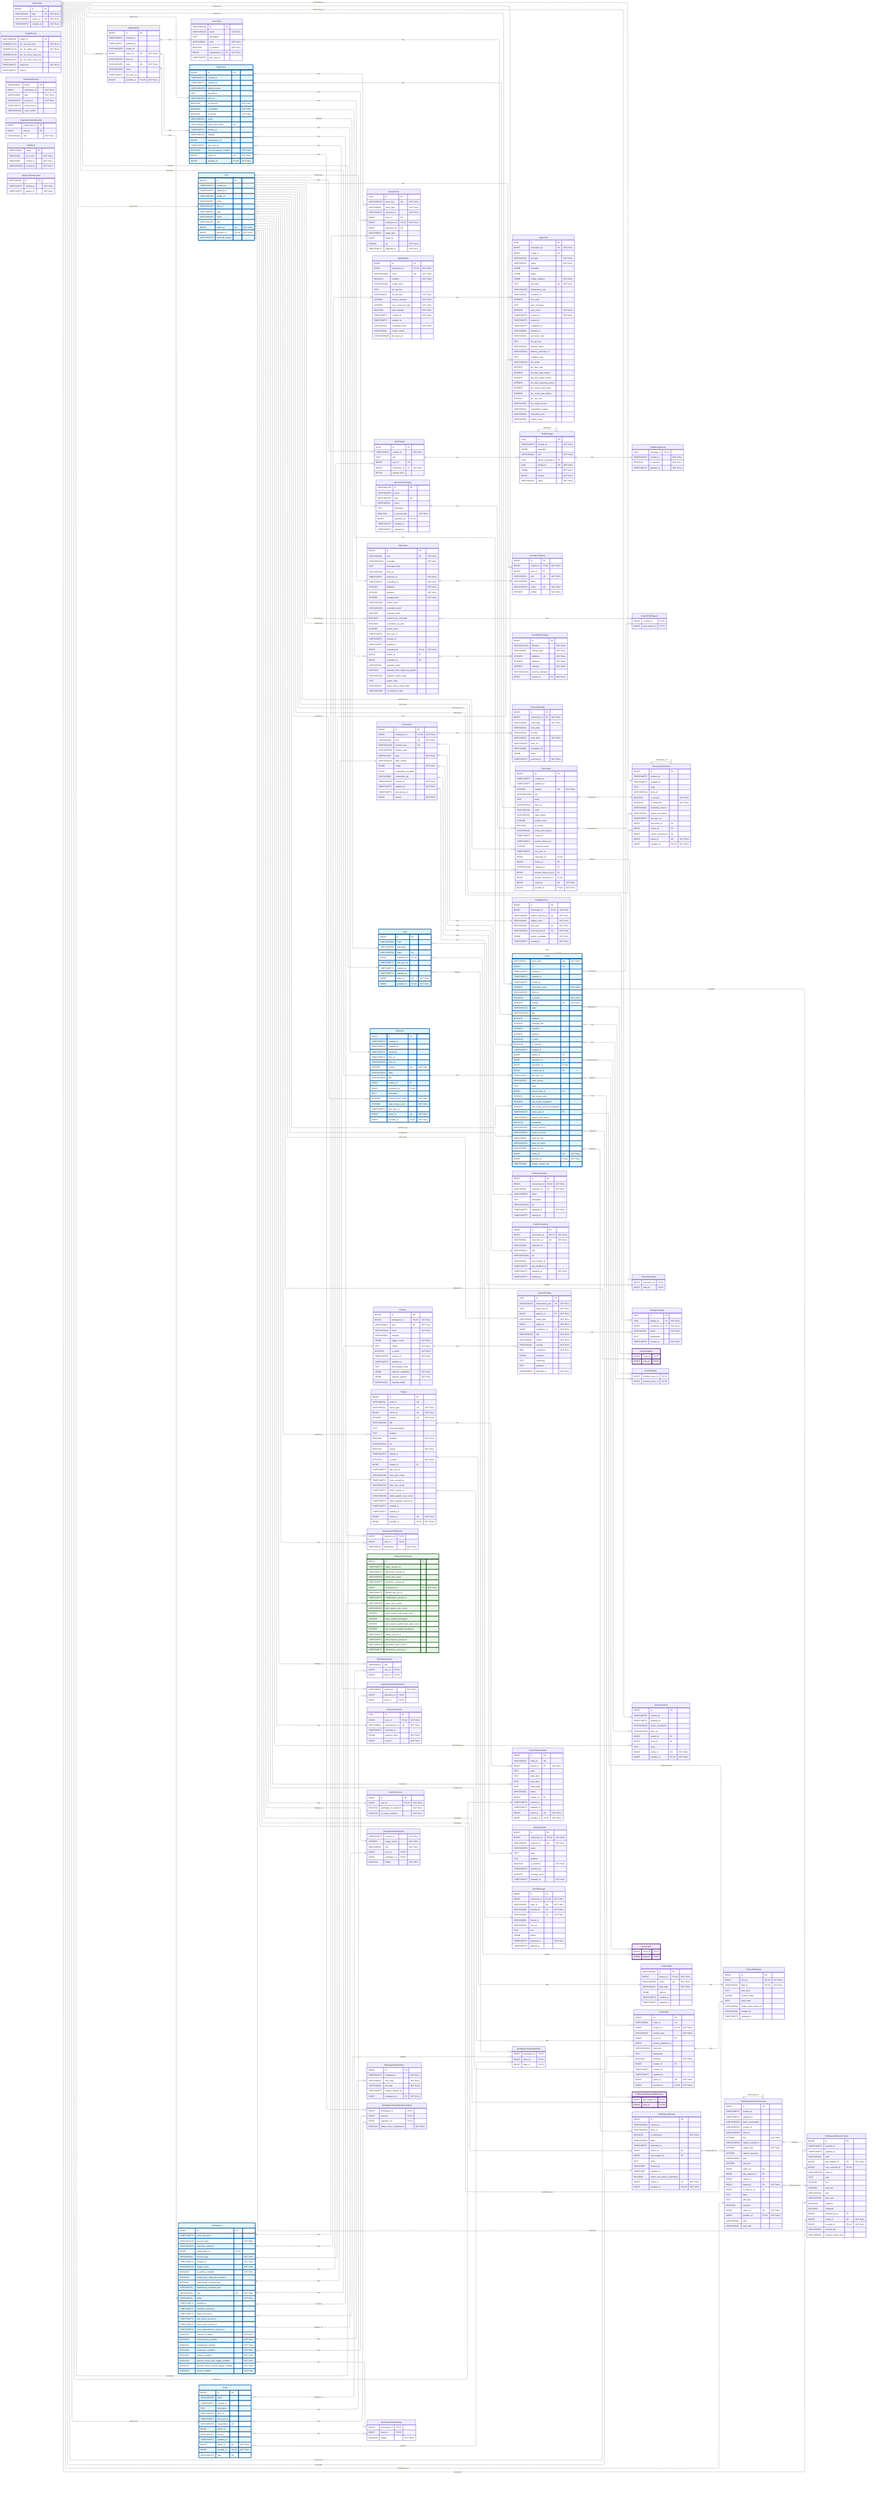
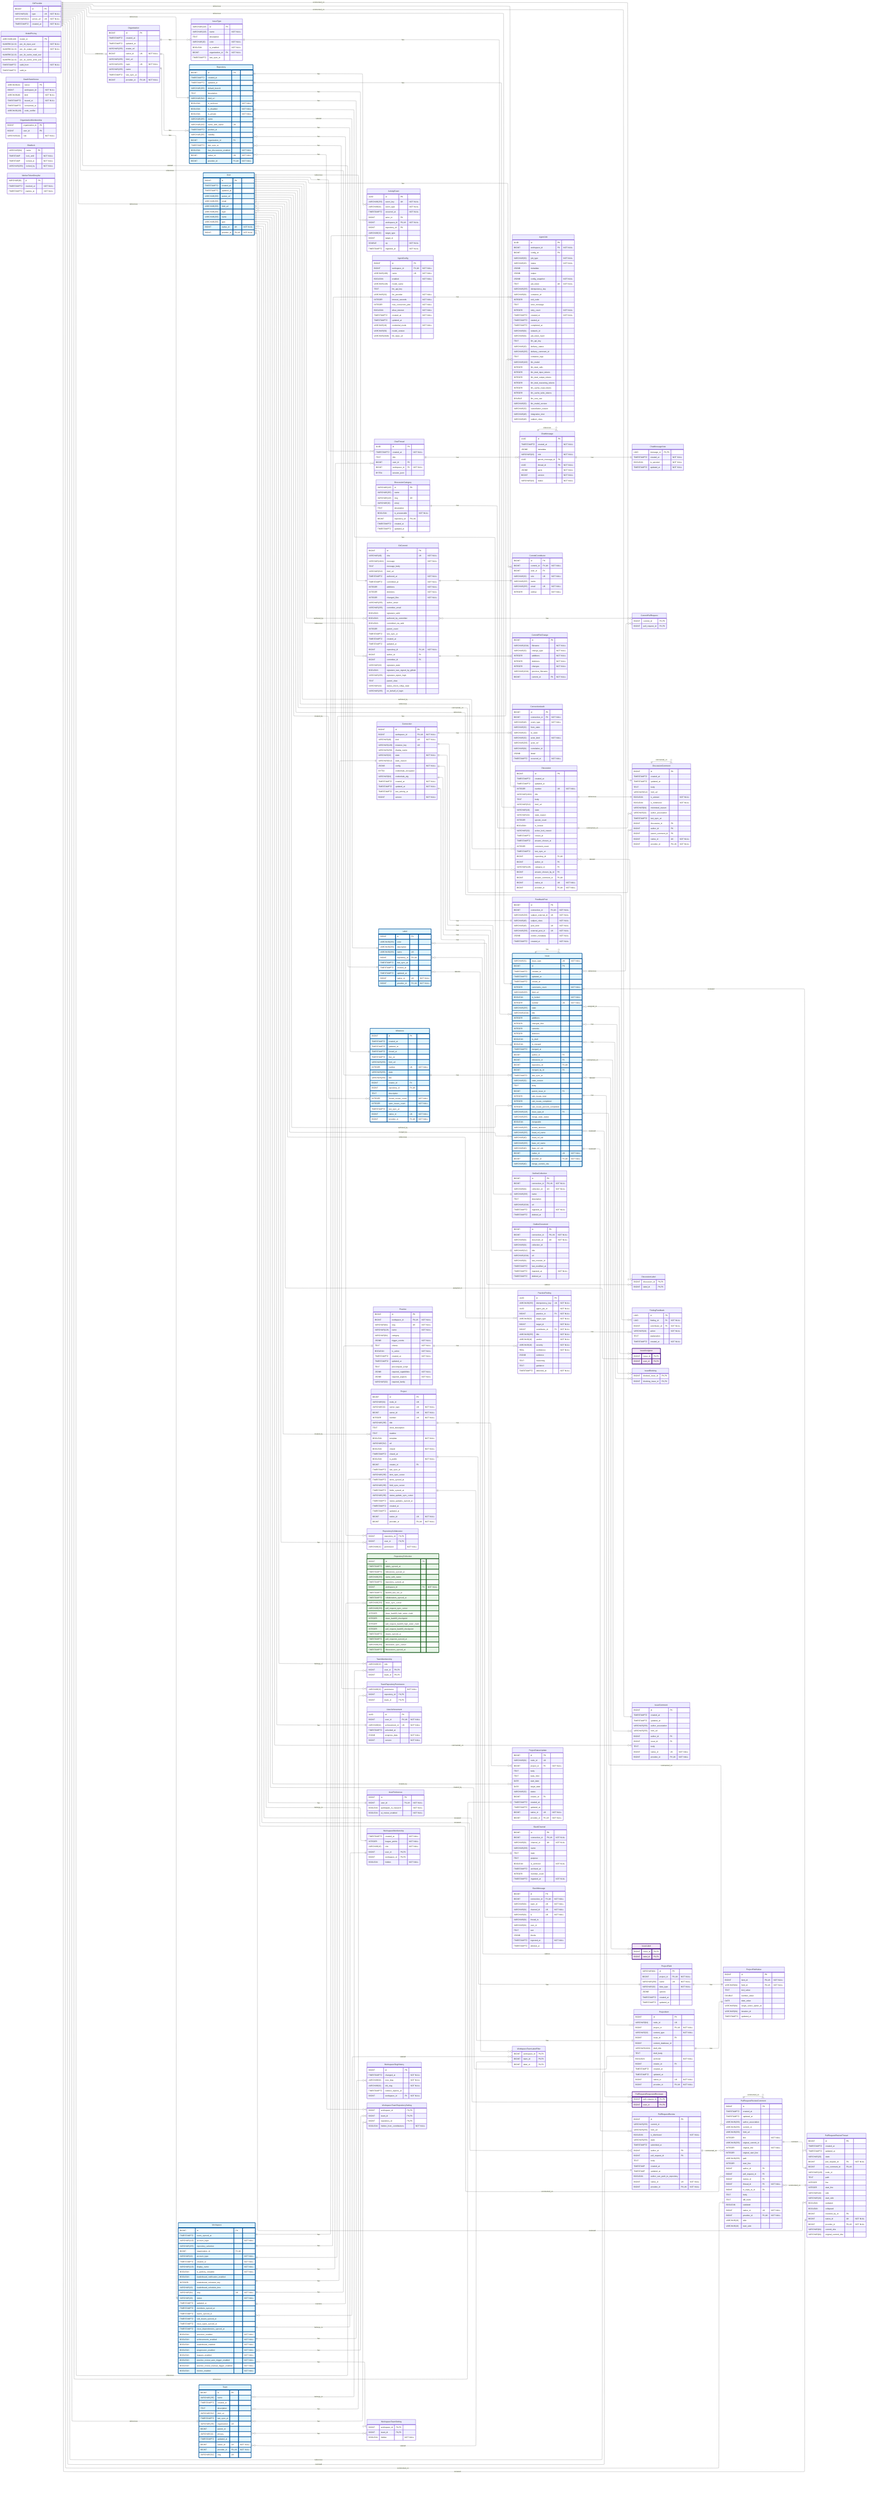
---
config:
    layout: elk
---
erDiagram
    %% Generated automatically from PostgreSQL database schema
    %% using scripts/generate-mermaid-erd.ts
    %% To regenerate: pnpm run db:generate-erd-docs

    direction LR

    ActivityEvent {
        UUID id PK
        VARCHAR(255) event_key UK "NOT NULL"
        VARCHAR(64) event_type "NOT NULL"
        TIMESTAMPTZ occurred_at "NOT NULL"
        BIGINT actor_id FK
        BIGINT workspace_id FK,UK "NOT NULL"
        BIGINT repository_id FK
        VARCHAR(32) target_type
        BIGINT target_id
        DOUBLE xp "NOT NULL"
        TIMESTAMPTZ ingested_at "NOT NULL"
    }

    AgentConfig {
        BIGINT id PK
        BIGINT workspace_id FK,UK "NOT NULL"
        VARCHAR(100) name UK "NOT NULL"
        BOOLEAN enabled "NOT NULL"
        VARCHAR(128) model_name
        TEXT llm_api_key
        VARCHAR(32) llm_provider "NOT NULL"
        INTEGER timeout_seconds "NOT NULL"
        INTEGER max_concurrent_jobs "NOT NULL"
        BOOLEAN allow_internet "NOT NULL"
        TIMESTAMPTZ created_at "NOT NULL"
        TIMESTAMPTZ updated_at
        VARCHAR(16) credential_mode "NOT NULL"
        VARCHAR(50) model_version
        VARCHAR(2048) llm_base_url
    }

    AgentJob {
        UUID id PK
        BIGINT workspace_id FK "NOT NULL"
        BIGINT config_id FK
        VARCHAR(50) job_type "NOT NULL"
        VARCHAR(20) status "NOT NULL"
        JSONB metadata
        JSONB output
        JSONB config_snapshot "NOT NULL"
        TEXT job_token UK "NOT NULL"
        VARCHAR(255) idempotency_key
        VARCHAR(64) container_id
        INTEGER exit_code
        TEXT error_message
        INTEGER retry_count "NOT NULL"
        TIMESTAMPTZ created_at "NOT NULL"
        TIMESTAMPTZ started_at
        TIMESTAMPTZ completed_at
        VARCHAR(64) network_id
        VARCHAR(64) job_token_hash
        TEXT llm_api_key
        VARCHAR(20) delivery_status
        VARCHAR(255) delivery_comment_id
        TEXT container_logs
        VARCHAR(100) llm_model
        INTEGER llm_total_calls
        INTEGER llm_total_input_tokens
        INTEGER llm_total_output_tokens
        INTEGER llm_total_reasoning_tokens
        INTEGER llm_cache_read_tokens
        INTEGER llm_cache_write_tokens
        DOUBLE llm_cost_usd
        VARCHAR(50) llm_model_version
        VARCHAR(32) cancellation_reason
        VARCHAR(48) integration_kind
        VARCHAR(48) subject_class
    }

    ChatMessage {
        UUID id PK
        TIMESTAMPTZ created_at "NOT NULL"
        JSONB metadata
        VARCHAR(16) role "NOT NULL"
        UUID parent_message_id FK
        UUID thread_id FK "NOT NULL"
        JSONB parts "NOT NULL"
        BIGINT version "NOT NULL"
        VARCHAR(16) status "NOT NULL"
    }

    ChatMessageVote {
        UUID message_id PK,FK
        TIMESTAMPTZ created_at "NOT NULL"
        BOOLEAN is_upvoted "NOT NULL"
        TIMESTAMPTZ updated_at "NOT NULL"
    }

    ChatThread {
        UUID id PK
        TIMESTAMPTZ created_at "NOT NULL"
        TEXT title
        BIGINT user_id FK
        BIGINT workspace_id FK "NOT NULL"
        BYTEA session_jsonl
    }

    CommitContributor {
        BIGINT id PK
        BIGINT commit_id FK,UK "NOT NULL"
        BIGINT user_id FK
        VARCHAR(32) role UK "NOT NULL"
        VARCHAR(255) name
        VARCHAR(255) email UK "NOT NULL"
        INTEGER ordinal "NOT NULL"
    }

    CommitFileChange {
        BIGINT id PK
        VARCHAR(1024) filename "NOT NULL"
        VARCHAR(32) change_type "NOT NULL"
        INTEGER additions "NOT NULL"
        INTEGER deletions "NOT NULL"
        INTEGER changes "NOT NULL"
        VARCHAR(1024) previous_filename
        BIGINT commit_id FK "NOT NULL"
    }

    CommitPullRequest {
        BIGINT commit_id PK,FK
        BIGINT pull_request_id PK,FK
    }

    Connection {
        BIGINT id PK
        BIGINT workspace_id FK,UK "NOT NULL"
        VARCHAR(48) kind UK "NOT NULL"
        VARCHAR(128) instance_key UK
        VARCHAR(256) display_name
        VARCHAR(32) state "NOT NULL"
        VARCHAR(512) state_reason
        JSONB config "NOT NULL"
        BYTEA credentials_encrypted
        VARCHAR(64) credentials_alg
        TIMESTAMPTZ created_at "NOT NULL"
        TIMESTAMPTZ updated_at "NOT NULL"
        TIMESTAMPTZ last_activity_at
        BIGINT version "NOT NULL"
    }

    ConnectionAudit {
        BIGINT id PK
        BIGINT connection_id FK "NOT NULL"
        VARCHAR(48) event_type "NOT NULL"
        VARCHAR(32) from_state
        VARCHAR(32) to_state
        VARCHAR(32) actor_kind "NOT NULL"
        VARCHAR(256) actor_ref
        VARCHAR(64) correlation_id
        JSONB detail
        TIMESTAMPTZ occurred_at "NOT NULL"
    }

    Discussion {
        BIGINT id PK
        TIMESTAMPTZ created_at
        TIMESTAMPTZ updated_at
        INTEGER number UK "NOT NULL"
        VARCHAR(1024) title
        TEXT body
        VARCHAR(512) html_url
        VARCHAR(16) state
        VARCHAR(32) state_reason
        INTEGER upvote_count
        BOOLEAN is_locked
        VARCHAR(32) active_lock_reason
        TIMESTAMPTZ closed_at
        TIMESTAMPTZ answer_chosen_at
        INTEGER comment_count
        TIMESTAMPTZ last_sync_at
        BIGINT repository_id FK,UK
        BIGINT author_id FK
        VARCHAR(128) category_id FK
        BIGINT answer_chosen_by_id FK
        BIGINT answer_comment_id FK,UK
        BIGINT native_id UK "NOT NULL"
        BIGINT provider_id FK,UK "NOT NULL"
    }

    DiscussionCategory {
        VARCHAR(128) id PK
        VARCHAR(255) name
        VARCHAR(128) slug UK
        VARCHAR(32) emoji
        TEXT description
        BOOLEAN is_answerable "NOT NULL"
        BIGINT repository_id FK,UK
        TIMESTAMPTZ created_at
        TIMESTAMPTZ updated_at
    }

    DiscussionComment {
        BIGINT id PK
        TIMESTAMPTZ created_at
        TIMESTAMPTZ updated_at
        TEXT body
        VARCHAR(512) html_url
        BOOLEAN is_answer "NOT NULL"
        BOOLEAN is_minimized "NOT NULL"
        VARCHAR(64) minimized_reason
        VARCHAR(32) author_association
        TIMESTAMPTZ last_sync_at
        BIGINT discussion_id FK
        BIGINT author_id FK
        BIGINT parent_comment_id FK
        BIGINT native_id UK "NOT NULL"
        BIGINT provider_id FK,UK "NOT NULL"
    }

    DiscussionLabel {
        BIGINT discussion_id PK,FK
        BIGINT label_id PK,FK
    }

    FeedbackPost {
        BIGINT id PK
        BIGINT connection_id FK,UK "NOT NULL"
        VARCHAR(256) subject_external_id UK "NOT NULL"
        VARCHAR(48) subject_class "NOT NULL"
        VARCHAR(48) post_kind UK "NOT NULL"
        VARCHAR(256) external_post_id UK "NOT NULL"
        JSONB vendor_metadata "NOT NULL"
        TIMESTAMPTZ created_at "NOT NULL"
    }

    FindingFeedback {
        UUID id PK
        UUID finding_id FK "NOT NULL"
        BIGINT contributor_id FK "NOT NULL"
        VARCHAR(16) action "NOT NULL"
        TEXT explanation
        TIMESTAMPTZ created_at "NOT NULL"
    }

    GitCommit {
        BIGINT id PK
        VARCHAR(40) sha UK "NOT NULL"
        VARCHAR(1024) message "NOT NULL"
        TEXT message_body
        VARCHAR(512) html_url
        TIMESTAMPTZ authored_at "NOT NULL"
        TIMESTAMPTZ committed_at "NOT NULL"
        INTEGER additions "NOT NULL"
        INTEGER deletions "NOT NULL"
        INTEGER changed_files "NOT NULL"
        VARCHAR(255) author_email
        VARCHAR(255) committer_email
        BOOLEAN signature_valid
        BOOLEAN authored_by_committer
        BOOLEAN committed_via_web
        INTEGER parent_count
        TIMESTAMPTZ last_sync_at
        TIMESTAMPTZ created_at
        TIMESTAMPTZ updated_at
        BIGINT repository_id FK,UK "NOT NULL"
        BIGINT author_id FK
        BIGINT committer_id FK
        VARCHAR(32) signature_state
        BOOLEAN signature_was_signed_by_github
        VARCHAR(255) signature_signer_login
        TEXT parent_shas
        VARCHAR(32) status_check_rollup_state
        VARCHAR(255) on_behalf_of_login
    }

    GitProvider {
        BIGINT id PK
        VARCHAR(10) type UK "NOT NULL"
        VARCHAR(512) server_url UK "NOT NULL"
        TIMESTAMPTZ created_at "NOT NULL"
    }

    Issue {
        VARCHAR(31) issue_type UK "NOT NULL"
        BIGINT id PK
        TIMESTAMPTZ created_at
        TIMESTAMPTZ updated_at
        TIMESTAMPTZ closed_at
        INTEGER comments_count "NOT NULL"
        VARCHAR(255) html_url
        BOOLEAN is_locked "NOT NULL"
        INTEGER number UK "NOT NULL"
        VARCHAR(255) state
        VARCHAR(1024) title
        INTEGER additions
        INTEGER changed_files
        INTEGER commits
        INTEGER deletions
        BOOLEAN is_draft
        BOOLEAN is_merged
        TIMESTAMPTZ merged_at
        BIGINT author_id FK
        BIGINT milestone_id FK
        BIGINT repository_id FK,UK
        BIGINT merged_by_id FK
        TIMESTAMPTZ last_sync_at
        VARCHAR(32) state_reason
        TEXT body
        BIGINT parent_issue_id FK
        INTEGER sub_issues_total
        INTEGER sub_issues_completed
        INTEGER sub_issues_percent_completed
        VARCHAR(128) issue_type_id FK
        VARCHAR(255) merge_state_status
        BOOLEAN mergeable
        VARCHAR(255) review_decision
        VARCHAR(255) head_ref_name
        VARCHAR(40) head_ref_oid
        VARCHAR(255) base_ref_name
        VARCHAR(40) base_ref_oid
        BIGINT native_id UK "NOT NULL"
        BIGINT provider_id FK,UK "NOT NULL"
        VARCHAR(40) merge_commit_sha
    }

    IssueAssignee {
        BIGINT issue_id PK,FK
        BIGINT user_id PK,FK
    }

    IssueBlocking {
        BIGINT blocked_issue_id PK,FK
        BIGINT blocking_issue_id PK,FK
    }

    IssueComment {
        BIGINT id PK
        TIMESTAMPTZ created_at
        TIMESTAMPTZ updated_at
        VARCHAR(255) author_association
        VARCHAR(255) html_url
        BIGINT author_id FK
        BIGINT issue_id FK
        TEXT body
        BIGINT native_id UK "NOT NULL"
        BIGINT provider_id FK,UK "NOT NULL"
    }

    IssueLabel {
        BIGINT issue_id PK,FK
        BIGINT label_id PK,FK
    }

    IssueType {
        VARCHAR(128) id PK
        VARCHAR(128) name "NOT NULL"
        TEXT description
        VARCHAR(20) color "NOT NULL"
        BOOLEAN is_enabled "NOT NULL"
        BIGINT organization_id FK "NOT NULL"
        TIMESTAMPTZ last_sync_at
    }

    Label {
        BIGINT id PK
        VARCHAR(255) color
        VARCHAR(255) description
        VARCHAR(255) name UK
        BIGINT repository_id FK,UK
        TIMESTAMPTZ last_sync_at
        TIMESTAMPTZ created_at
        TIMESTAMPTZ updated_at
        BIGINT native_id UK "NOT NULL"
        BIGINT provider_id FK,UK "NOT NULL"
    }

    Milestone {
        BIGINT id PK
        TIMESTAMPTZ created_at
        TIMESTAMPTZ updated_at
        TIMESTAMPTZ closed_at
        TIMESTAMPTZ due_on
        VARCHAR(255) html_url
        INTEGER number UK "NOT NULL"
        VARCHAR(255) state
        VARCHAR(255) title
        BIGINT creator_id FK
        BIGINT repository_id FK,UK
        TEXT description
        INTEGER closed_issues_count "NOT NULL"
        INTEGER open_issues_count "NOT NULL"
        TIMESTAMPTZ last_sync_at
        BIGINT native_id UK "NOT NULL"
        BIGINT provider_id FK,UK "NOT NULL"
    }

    ModelPricing {
        VARCHAR(128) model_id PK
        NUMERIC(12,6) per_1k_input_usd "NOT NULL"
        NUMERIC(12,6) per_1k_output_usd "NOT NULL"
        NUMERIC(12,6) per_1k_cache_read_usd
        NUMERIC(12,6) per_1k_cache_write_usd
        TIMESTAMPTZ valid_from "NOT NULL"
        TIMESTAMPTZ valid_to
    }

    OauthStateNonce {
        VARCHAR(32) nonce PK
        BIGINT workspace_id "NOT NULL"
        VARCHAR(48) kind "NOT NULL"
        TIMESTAMPTZ issued_at "NOT NULL"
        TIMESTAMPTZ consumed_at
        VARCHAR(128) code_verifier
    }

    Organization {
        BIGINT id PK
        TIMESTAMPTZ created_at
        TIMESTAMPTZ updated_at
        VARCHAR(255) avatar_url
        BIGINT native_id UK "NOT NULL"
        VARCHAR(255) html_url
        VARCHAR(255) login UK "NOT NULL"
        VARCHAR(255) name
        TIMESTAMPTZ last_sync_at
        BIGINT provider_id FK,UK "NOT NULL"
    }

    OrganizationMembership {
        BIGINT organization_id PK
        BIGINT user_id PK
        VARCHAR(32) role "NOT NULL"
    }

    OutlineCollection {
        BIGINT id PK
        BIGINT connection_id FK,UK "NOT NULL"
        VARCHAR(64) collection_id UK "NOT NULL"
        VARCHAR(256) name
        TEXT description
        VARCHAR(1024) url
        TIMESTAMPTZ ingested_at "NOT NULL"
        TIMESTAMPTZ deleted_at
    }

    OutlineDocument {
        BIGINT id PK
        BIGINT connection_id FK,UK "NOT NULL"
        VARCHAR(64) document_id UK "NOT NULL"
        VARCHAR(64) collection_id
        VARCHAR(512) title
        VARCHAR(1024) url
        VARCHAR(64) last_revision_id
        TIMESTAMPTZ last_modified_at
        TIMESTAMPTZ ingested_at "NOT NULL"
        TIMESTAMPTZ deleted_at
    }

    Practice {
        BIGINT id PK
        BIGINT workspace_id FK,UK "NOT NULL"
        VARCHAR(64) slug UK "NOT NULL"
        VARCHAR(128) name "NOT NULL"
        VARCHAR(64) category
        JSONB trigger_events "NOT NULL"
        TEXT criteria "NOT NULL"
        BOOLEAN is_active "NOT NULL"
        TIMESTAMPTZ created_at "NOT NULL"
        TIMESTAMPTZ updated_at
        TEXT precompute_script
        JSONB required_capabilities "NOT NULL"
        JSONB required_aspects "NOT NULL"
        VARCHAR(32) required_family
    }

    PracticeFinding {
        UUID id PK
        VARCHAR(255) idempotency_key UK "NOT NULL"
        UUID agent_job_id "NOT NULL"
        BIGINT practice_id FK "NOT NULL"
        VARCHAR(32) target_type "NOT NULL"
        BIGINT target_id "NOT NULL"
        BIGINT contributor_id FK "NOT NULL"
        VARCHAR(255) title "NOT NULL"
        VARCHAR(16) verdict "NOT NULL"
        VARCHAR(16) severity "NOT NULL"
        REAL confidence "NOT NULL"
        JSONB evidence
        TEXT reasoning
        TEXT guidance
        TIMESTAMPTZ detected_at "NOT NULL"
    }

    Project {
        BIGINT id PK
        VARCHAR(64) node_id UK
        VARCHAR(32) owner_type UK "NOT NULL"
        BIGINT owner_id UK "NOT NULL"
        INTEGER number UK "NOT NULL"
        VARCHAR(256) title
        TEXT short_description
        TEXT readme
        BOOLEAN template "NOT NULL"
        VARCHAR(512) url
        BOOLEAN closed "NOT NULL"
        TIMESTAMPTZ closed_at
        BOOLEAN is_public "NOT NULL"
        BIGINT creator_id FK
        TIMESTAMPTZ last_sync_at
        VARCHAR(256) item_sync_cursor
        TIMESTAMPTZ items_synced_at
        VARCHAR(256) field_sync_cursor
        TIMESTAMPTZ fields_synced_at
        VARCHAR(256) status_update_sync_cursor
        TIMESTAMPTZ status_updates_synced_at
        TIMESTAMPTZ created_at
        TIMESTAMPTZ updated_at
        BIGINT native_id UK "NOT NULL"
        BIGINT provider_id FK,UK "NOT NULL"
    }

    ProjectField {
        VARCHAR(64) id PK
        BIGINT project_id FK,UK "NOT NULL"
        VARCHAR(256) name UK "NOT NULL"
        VARCHAR(32) data_type "NOT NULL"
        JSONB options
        TIMESTAMPTZ created_at
        TIMESTAMPTZ updated_at
    }

    ProjectFieldValue {
        BIGINT id PK
        BIGINT item_id FK,UK "NOT NULL"
        VARCHAR(64) field_id FK,UK "NOT NULL"
        TEXT text_value
        DOUBLE number_value
        DATE date_value
        VARCHAR(64) single_select_option_id
        VARCHAR(64) iteration_id
        TIMESTAMPTZ updated_at
    }

    ProjectItem {
        BIGINT id PK
        VARCHAR(64) node_id UK
        BIGINT project_id FK,UK "NOT NULL"
        VARCHAR(32) content_type "NOT NULL"
        BIGINT issue_id FK
        BIGINT content_database_id
        VARCHAR(1024) draft_title
        TEXT draft_body
        BOOLEAN archived "NOT NULL"
        BIGINT creator_id FK
        TIMESTAMPTZ created_at
        TIMESTAMPTZ updated_at
        BIGINT native_id UK "NOT NULL"
        BIGINT provider_id FK,UK "NOT NULL"
    }

    ProjectStatusUpdate {
        BIGINT id PK
        VARCHAR(64) node_id UK
        BIGINT project_id FK "NOT NULL"
        TEXT body
        TEXT body_html
        DATE start_date
        DATE target_date
        VARCHAR(32) status
        BIGINT creator_id FK
        TIMESTAMPTZ created_at
        TIMESTAMPTZ updated_at
        BIGINT native_id UK "NOT NULL"
        BIGINT provider_id FK,UK "NOT NULL"
    }

    PullRequestRequestedReviewer {
        BIGINT pull_request_id PK,FK
        BIGINT user_id PK,FK
    }

    PullRequestReview {
        BIGINT id PK
        VARCHAR(255) commit_id
        VARCHAR(255) html_url
        BOOLEAN is_dismissed "NOT NULL"
        VARCHAR(255) state
        TIMESTAMPTZ submitted_at
        BIGINT author_id FK
        BIGINT pull_request_id FK
        TEXT body
        TIMESTAMP created_at
        TIMESTAMP updated_at
        BOOLEAN author_can_push_to_repository
        BIGINT native_id UK "NOT NULL"
        BIGINT provider_id FK,UK "NOT NULL"
    }

    PullRequestReviewComment {
        BIGINT id PK
        TIMESTAMPTZ created_at
        TIMESTAMPTZ updated_at
        VARCHAR(255) author_association
        VARCHAR(255) commit_id
        VARCHAR(255) html_url
        INTEGER line "NOT NULL"
        VARCHAR(255) original_commit_id
        INTEGER original_line "NOT NULL"
        INTEGER original_start_line
        VARCHAR(255) path
        INTEGER start_line
        BIGINT author_id FK
        BIGINT pull_request_id FK
        BIGINT review_id FK
        BIGINT thread_id FK "NOT NULL"
        BIGINT in_reply_to_id FK
        TEXT body
        TEXT diff_hunk
        BOOLEAN outdated
        BIGINT native_id UK "NOT NULL"
        BIGINT provider_id FK,UK "NOT NULL"
        VARCHAR(16) side
        VARCHAR(16) start_side
    }

    PullRequestReviewThread {
        BIGINT id PK
        TIMESTAMPTZ created_at
        TIMESTAMPTZ updated_at
        VARCHAR(20) state
        BIGINT pull_request_id FK "NOT NULL"
        BIGINT root_comment_id FK,UK
        VARCHAR(128) node_id
        TEXT path
        INTEGER line
        INTEGER start_line
        VARCHAR(16) side
        VARCHAR(16) start_side
        BOOLEAN outdated
        BOOLEAN collapsed
        BIGINT resolved_by_id FK
        BIGINT native_id UK "NOT NULL"
        BIGINT provider_id FK,UK "NOT NULL"
        VARCHAR(64) commit_sha
        VARCHAR(64) original_commit_sha
    }

    Repository {
        BIGINT id PK
        TIMESTAMPTZ created_at
        TIMESTAMPTZ updated_at
        VARCHAR(255) default_branch
        TEXT description
        VARCHAR(512) html_url
        BOOLEAN is_archived "NOT NULL"
        BOOLEAN is_disabled "NOT NULL"
        BOOLEAN is_private "NOT NULL"
        VARCHAR(255) name
        VARCHAR(150) name_with_owner UK
        TIMESTAMPTZ pushed_at
        VARCHAR(255) visibility
        BIGINT organization_id FK
        TIMESTAMPTZ last_sync_at
        BOOLEAN has_discussions_enabled "NOT NULL"
        BIGINT native_id UK "NOT NULL"
        BIGINT provider_id FK,UK "NOT NULL"
    }

    RepositoryCollaborator {
        BIGINT repository_id PK,FK
        BIGINT user_id PK,FK
        VARCHAR(32) permission "NOT NULL"
    }

    RepositoryToMonitor {
        BIGINT id PK
        TIMESTAMPTZ labels_synced_at
        TIMESTAMPTZ milestones_synced_at
        VARCHAR(255) name_with_owner
        TIMESTAMPTZ repository_synced_at
        BIGINT workspace_id FK "NOT NULL"
        TIMESTAMPTZ backfill_last_run_at
        TIMESTAMPTZ collaborators_synced_at
        VARCHAR(255) issue_sync_cursor
        VARCHAR(255) pull_request_sync_cursor
        INTEGER issue_backfill_high_water_mark
        INTEGER issue_backfill_checkpoint
        INTEGER pull_request_backfill_high_water_mark
        INTEGER pull_request_backfill_checkpoint
        TIMESTAMPTZ issues_synced_at
        TIMESTAMPTZ pull_requests_synced_at
        VARCHAR(255) discussion_sync_cursor
        TIMESTAMPTZ discussions_synced_at
    }

    Shedlock {
        VARCHAR(64) name PK
        TIMESTAMP lock_until "NOT NULL"
        TIMESTAMP locked_at "NOT NULL"
        VARCHAR(255) locked_by "NOT NULL"
    }

    SlackChannel {
        BIGINT id PK
        BIGINT connection_id FK,UK "NOT NULL"
        VARCHAR(64) channel_id UK "NOT NULL"
        VARCHAR(256) name
        TEXT topic
        TEXT purpose
        BOOLEAN is_archived "NOT NULL"
        TIMESTAMPTZ archived_at
        INTEGER member_count
        TIMESTAMPTZ ingested_at "NOT NULL"
    }

    SlackMessage {
        BIGINT id PK
        BIGINT connection_id FK,UK "NOT NULL"
        VARCHAR(64) team_id UK "NOT NULL"
        VARCHAR(64) channel_id UK "NOT NULL"
        VARCHAR(64) ts UK "NOT NULL"
        VARCHAR(64) thread_ts
        VARCHAR(64) user_id
        TEXT text
        JSONB blocks
        TIMESTAMPTZ ingested_at "NOT NULL"
        TIMESTAMPTZ deleted_at
    }

    Team {
        BIGINT id PK
        VARCHAR(255) name
        TIMESTAMPTZ created_at
        TEXT description
        VARCHAR(512) html_url
        TIMESTAMPTZ last_sync_at
        VARCHAR(255) organization UK
        BIGINT parent_id
        VARCHAR(32) privacy
        TIMESTAMPTZ updated_at
        BIGINT native_id UK "NOT NULL"
        BIGINT provider_id FK,UK "NOT NULL"
        VARCHAR(512) slug UK
    }

    TeamMembership {
        VARCHAR(32) role
        BIGINT user_id PK,FK
        BIGINT team_id PK,FK
    }

    TeamRepositoryPermission {
        VARCHAR(32) permission "NOT NULL"
        BIGINT repository_id PK,FK
        BIGINT team_id PK,FK
    }

    User {
        BIGINT id PK
        TIMESTAMPTZ created_at
        TIMESTAMPTZ updated_at
        VARCHAR(255) avatar_url
        VARCHAR(255) email
        VARCHAR(255) html_url
        VARCHAR(255) login
        VARCHAR(255) name
        VARCHAR(255) type
        BIGINT native_id UK "NOT NULL"
        BIGINT provider_id FK,UK "NOT NULL"
-         VARCHAR(128) keycloak_subject
    }

    UserAchievement {
        UUID id PK
        BIGINT user_id FK,UK "NOT NULL"
        VARCHAR(64) achievement_id UK "NOT NULL"
        TIMESTAMPTZ unlocked_at
        JSONB progress_data "NOT NULL"
        BIGINT version "NOT NULL"
    }

    UserPreference {
        BIGINT id PK
        BIGINT user_id FK,UK "NOT NULL"
        BOOLEAN participate_in_research "NOT NULL"
        BOOLEAN ai_review_enabled "NOT NULL"
    }

    WorkerTokenDenylist {
        VARCHAR(64) jti PK
        TIMESTAMPTZ revoked_at "NOT NULL"
        TIMESTAMPTZ expires_at "NOT NULL"
    }

    Workspace {
        BIGINT id PK
        TIMESTAMPTZ users_synced_at
        VARCHAR(120) account_login "NOT NULL"
        VARCHAR(255) repository_selection
        BIGINT organization_id FK,UK
        VARCHAR(10) account_type "NOT NULL"
        TIMESTAMPTZ created_at "NOT NULL"
        VARCHAR(120) display_name "NOT NULL"
        BOOLEAN is_publicly_viewable "NOT NULL"
        BOOLEAN leaderboard_notification_enabled
        INTEGER leaderboard_schedule_day
        VARCHAR(10) leaderboard_schedule_time
        VARCHAR(64) slug UK "NOT NULL"
        VARCHAR(20) status "NOT NULL"
        TIMESTAMPTZ updated_at
        TIMESTAMPTZ members_synced_at
        TIMESTAMPTZ teams_synced_at
        TIMESTAMPTZ sub_issues_synced_at
        TIMESTAMPTZ issue_types_synced_at
        TIMESTAMPTZ issue_dependencies_synced_at
        BOOLEAN practices_enabled "NOT NULL"
        BOOLEAN achievements_enabled "NOT NULL"
        BOOLEAN leaderboard_enabled "NOT NULL"
        BOOLEAN progression_enabled "NOT NULL"
        BOOLEAN leagues_enabled "NOT NULL"
        BOOLEAN practice_review_auto_trigger_enabled "NOT NULL"
        BOOLEAN practice_review_manual_trigger_enabled "NOT NULL"
        BOOLEAN mentor_enabled "NOT NULL"
    }

    WorkspaceMembership {
        TIMESTAMPTZ created_at "NOT NULL"
        INTEGER league_points "NOT NULL"
        VARCHAR(16) role "NOT NULL"
        BIGINT user_id PK,FK
        BIGINT workspace_id PK,FK
        BOOLEAN hidden "NOT NULL"
    }

    WorkspaceSlugHistory {
        BIGINT id PK
        TIMESTAMPTZ changed_at "NOT NULL"
        VARCHAR(64) new_slug "NOT NULL"
        VARCHAR(64) old_slug "NOT NULL"
        TIMESTAMPTZ redirect_expires_at
        BIGINT workspace_id FK "NOT NULL"
    }

    WorkspaceTeamLabelFilter {
        BIGINT workspace_id PK,FK
        BIGINT team_id PK,FK
        BIGINT label_id PK,FK
    }

    WorkspaceTeamRepositorySetting {
        BIGINT workspace_id PK,FK
        BIGINT team_id PK,FK
        BIGINT repository_id PK,FK
        BOOLEAN hidden_from_contributions "NOT NULL"
    }

    WorkspaceTeamSetting {
        BIGINT workspace_id PK,FK
        BIGINT team_id PK,FK
        BOOLEAN hidden "NOT NULL"
    }

    %% Relationships
    %% One-to-One relationships
    Workspace ||--|| ActivityEvent : has
    Workspace ||--|| AgentConfig : has
    ChatMessage ||--|| ChatMessageVote : has
    GitCommit ||--|| CommitContributor : has
    Workspace ||--|| Connection : has
    DiscussionComment ||--|| Discussion : references
    GitProvider ||--|| Discussion : references
    Repository ||--|| Discussion : has
    Repository ||--|| DiscussionCategory : has
    GitProvider ||--|| DiscussionComment : commented_on
    Connection ||--|| FeedbackPost : has
    Repository ||--|| GitCommit : has
    GitProvider ||--|| Issue : references
    Repository ||--|| Issue : has
    GitProvider ||--|| IssueComment : commented_on
    GitProvider ||--|| Label : labeled
    Repository ||--|| Label : labeled
    GitProvider ||--|| Milestone : references
    Repository ||--|| Milestone : has
    GitProvider ||--|| Organization : references
    Connection ||--|| OutlineCollection : has
    Connection ||--|| OutlineDocument : has
    Workspace ||--|| Practice : has
    GitProvider ||--|| Project : references
    Project ||--|| ProjectField : has
    ProjectField ||--|| ProjectFieldValue : has
    ProjectItem ||--|| ProjectFieldValue : has
    Project ||--|| ProjectItem : has
    GitProvider ||--|| ProjectItem : references
    GitProvider ||--|| ProjectStatusUpdate : references
    GitProvider ||--|| PullRequestReview : reviewed
    GitProvider ||--|| PullRequestReviewComment : commented_on
    GitProvider ||--|| PullRequestReviewThread : reviewed
    PullRequestReviewComment ||--|| PullRequestReviewThread : reviewed
    GitProvider ||--|| Repository : references
    Connection ||--|| SlackChannel : has
    Connection ||--|| SlackMessage : has
    GitProvider ||--|| Team : references
    GitProvider ||--|| User : references
    User ||--|| UserAchievement : has
    User ||--|| UserPreference : has
    Organization ||--|| Workspace : has
    User ||--|| WorkspaceMembership : belongs_to
    Workspace ||--|| WorkspaceMembership : belongs_to

    %% One-to-Many relationships
    User ||--o{ ActivityEvent : references
    Repository ||--o{ ActivityEvent : has
    AgentConfig ||--o{ AgentJob : has
    Workspace ||--o{ AgentJob : has
    ChatMessage ||--o{ ChatMessage : references
    ChatThread ||--o{ ChatMessage : has
    User ||--o{ ChatThread : has
    Workspace ||--o{ ChatThread : has
    User ||--o{ CommitContributor : has
    GitCommit ||--o{ CommitFileChange : has
    Connection ||--o{ ConnectionAudit : has
    User ||--o{ Discussion : references
    User ||--o{ Discussion : authored_by
    DiscussionCategory ||--o{ Discussion : has
    User ||--o{ DiscussionComment : commented_on
    Discussion ||--o{ DiscussionComment : commented_on
    DiscussionComment ||--o{ DiscussionComment : commented_on
    User ||--o{ FindingFeedback : references
    PracticeFinding ||--o{ FindingFeedback : has
    User ||--o{ GitCommit : authored_by
    User ||--o{ GitCommit : references
    User ||--o{ Issue : authored_by
    IssueType ||--o{ Issue : has
    User ||--o{ Issue : merged_by
    Milestone ||--o{ Issue : has
    Issue ||--o{ Issue : has
    User ||--o{ IssueComment : commented_on
    Issue ||--o{ IssueComment : commented_on
    Organization ||--o{ IssueType : has
    User ||--o{ Milestone : created_by
    User ||--o{ PracticeFinding : references
    Practice ||--o{ PracticeFinding : has
    User ||--o{ Project : created_by
    User ||--o{ ProjectItem : created_by
    Issue ||--o{ ProjectItem : has
    User ||--o{ ProjectStatusUpdate : created_by
    Project ||--o{ ProjectStatusUpdate : has
    User ||--o{ PullRequestReview : reviewed
    Issue ||--o{ PullRequestReview : reviewed
    User ||--o{ PullRequestReviewComment : commented_on
    PullRequestReviewComment ||--o{ PullRequestReviewComment : commented_on
    Issue ||--o{ PullRequestReviewComment : commented_on
    PullRequestReview ||--o{ PullRequestReviewComment : commented_on
    PullRequestReviewThread ||--o{ PullRequestReviewComment : commented_on
    Issue ||--o{ PullRequestReviewThread : reviewed
    User ||--o{ PullRequestReviewThread : reviewed
    Organization ||--o{ Repository : has
    Workspace ||--o{ RepositoryToMonitor : monitors
    Workspace ||--o{ WorkspaceSlugHistory : has

    %% Many-to-Many relationships
    GitCommit }o--o{ CommitPullRequest : has
    Issue }o--o{ CommitPullRequest : references
    Discussion }o--o{ DiscussionLabel : labeled
    Label }o--o{ DiscussionLabel : labeled
    Issue }o--o{ IssueAssignee : assigned_to
    User }o--o{ IssueAssignee : assigned_to
    Issue }o--o{ IssueBlocking : has
    Issue }o--o{ IssueBlocking : has
    Issue }o--o{ IssueLabel : labeled
    Label }o--o{ IssueLabel : labeled
    Issue }o--o{ PullRequestRequestedReviewer : reviewed
    User }o--o{ PullRequestRequestedReviewer : reviewed
    Repository }o--o{ RepositoryCollaborator : has
    User }o--o{ RepositoryCollaborator : has
    Team }o--o{ TeamMembership : belongs_to
    User }o--o{ TeamMembership : belongs_to
    Repository }o--o{ TeamRepositoryPermission : has
    Team }o--o{ TeamRepositoryPermission : has
    Label }o--o{ WorkspaceTeamLabelFilter : labeled
    Team }o--o{ WorkspaceTeamLabelFilter : labeled
    Workspace }o--o{ WorkspaceTeamLabelFilter : labeled
    Repository }o--o{ WorkspaceTeamRepositorySetting : has
    Team }o--o{ WorkspaceTeamRepositorySetting : has
    Workspace }o--o{ WorkspaceTeamRepositorySetting : has
    Team }o--o{ WorkspaceTeamSetting : has
    Workspace }o--o{ WorkspaceTeamSetting : has

    %% Styling
    classDef primaryEntity fill:#e1f5fe,stroke:#01579b,stroke-width:2px
    classDef associationEntity fill:#f3e5f5,stroke:#4a148c,stroke-width:2px
    classDef metadataEntity fill:#e8f5e8,stroke:#1b5e20,stroke-width:2px

    class Issue primaryEntity
    class IssueAssignee associationEntity
    class IssueLabel associationEntity
    class Label primaryEntity
    class Milestone primaryEntity
    class PullRequestRequestedReviewer associationEntity
    class Repository primaryEntity
    class RepositoryToMonitor metadataEntity
    class Team primaryEntity
    class User primaryEntity
    class Workspace primaryEntity
